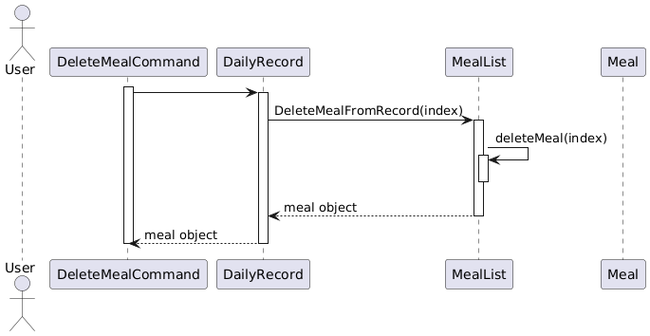
Before: docs/images/deleteMealSequenceDiagram.png, a diagram exported from PlantUML (nus-cs2113-AY2425S1/tp). Its diagram source:
```plantuml
@startuml
actor User
participant "DeleteMealCommand" as DeleteCmd
participant "DailyRecord" as DailyRec
participant "MealList" as MealList
participant "Meal" as Meal

activate DeleteCmd
DeleteCmd -> DailyRec:
activate DailyRec

DailyRec -> MealList: DeleteMealFromRecord(index)
activate MealList
MealList -> MealList: deleteMeal(index)
activate MealList

deactivate MealList
MealList --> DailyRec: meal object
deactivate MealList


DailyRec --> DeleteCmd: meal object
deactivate DailyRec

deactivate DeleteCmd
@enduml
```
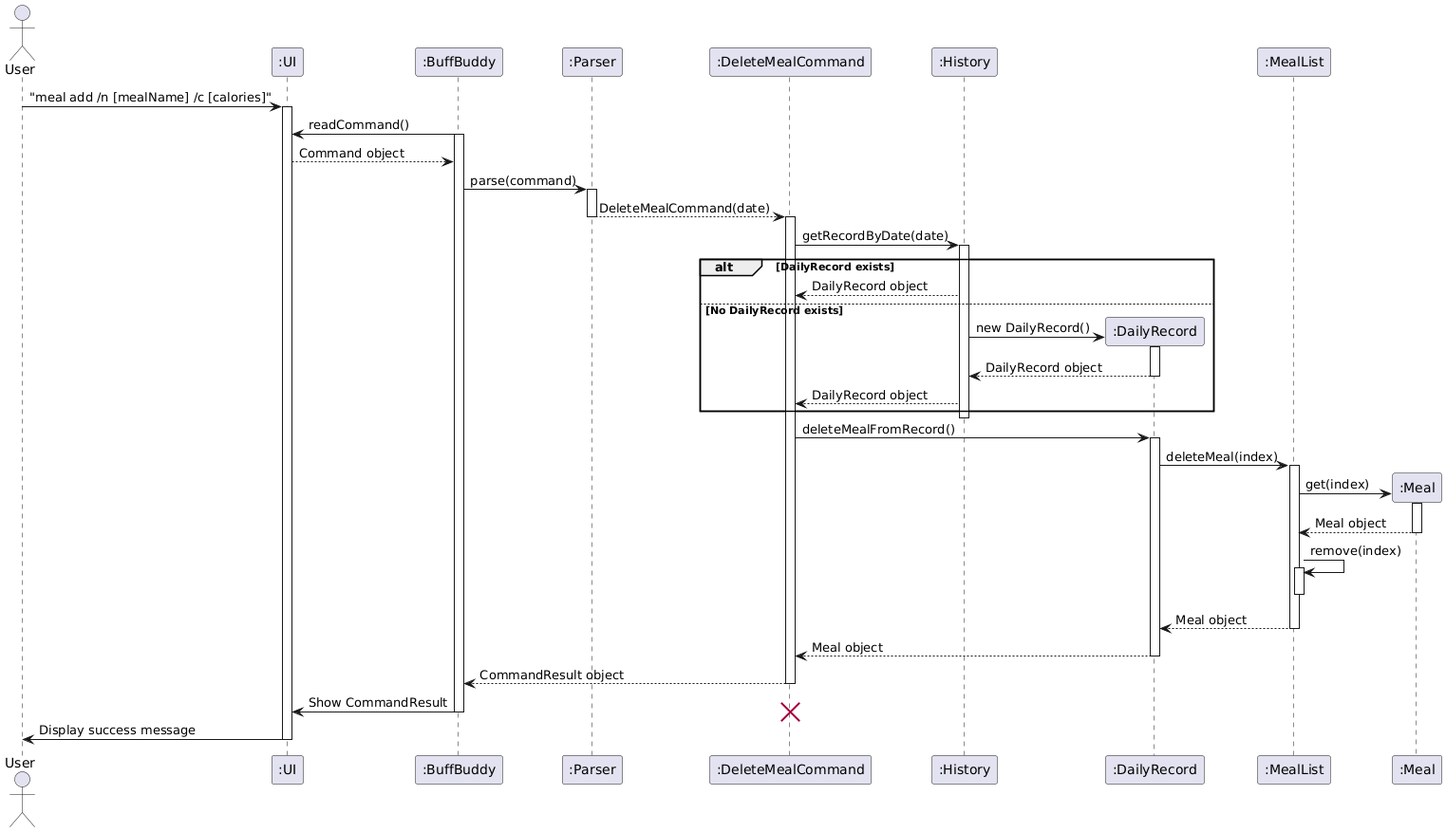
The same diagram one commit later.

Commit message:
Edited Meal sequence diagrams

Diff of the diagram source:
```diff
@@ -1,26 +1,71 @@
 @startuml
 actor User
-participant "DeleteMealCommand" as DeleteCmd
-participant "DailyRecord" as DailyRec
-participant "MealList" as MealList
-participant "Meal" as Meal
+participant ":UI" as UI
+participant ":BuffBuddy" as BB
+participant ":Parser" as Parser
+participant ":DeleteMealCommand" as DeleteCmd
+participant ":History" as History
+participant ":DailyRecord" as DailyRec
+participant ":MealList" as MealList
+participant ":Meal" as Meal
 
+User -> UI: "meal add /n [mealName] /c [calories]"
+activate UI
+BB -> UI: readCommand()
+activate BB
+UI --> BB: Command object
+BB -> Parser: parse(command)
+activate Parser
+
+Parser --> DeleteCmd: DeleteMealCommand(date)
+deactivate Parser
 activate DeleteCmd
-DeleteCmd -> DailyRec:
+
+DeleteCmd -> History: getRecordByDate(date)
+activate History
+
+alt DailyRecord exists
+  History --> DeleteCmd: DailyRecord object
+else No DailyRecord exists
+create DailyRec
+  History -> DailyRec: new DailyRecord()
+  activate DailyRec
+  DailyRec --> History : DailyRecord object
+  deactivate DailyRec
+  History --> DeleteCmd : DailyRecord object
+end
+deactivate History
+
+DeleteCmd -> DailyRec: deleteMealFromRecord()
 activate DailyRec
+DailyRec -> MealList: deleteMeal(index)
 
-DailyRec -> MealList: DeleteMealFromRecord(index)
+create Meal
 activate MealList
-MealList -> MealList: deleteMeal(index)
+MealList -> Meal: get(index)
+activate Meal
+Meal --> MealList: Meal object
+deactivate Meal
+
+MealList -> MealList: remove(index)
 activate MealList
 
+
 deactivate MealList
-MealList --> DailyRec: meal object
+MealList --> DailyRec: Meal object
 deactivate MealList
+DailyRec --> DeleteCmd : Meal object
+
+deactivate DailyRec
 
 
-DailyRec --> DeleteCmd: meal object
-deactivate DailyRec
+DeleteCmd --> BB: CommandResult object
+deactivate DeleteCmd
 
-deactivate DeleteCmd
+BB -> UI: Show CommandResult
+deactivate BB
+destroy DeleteCmd
+
+UI -> User: Display success message
+deactivate UI
 @enduml
```
